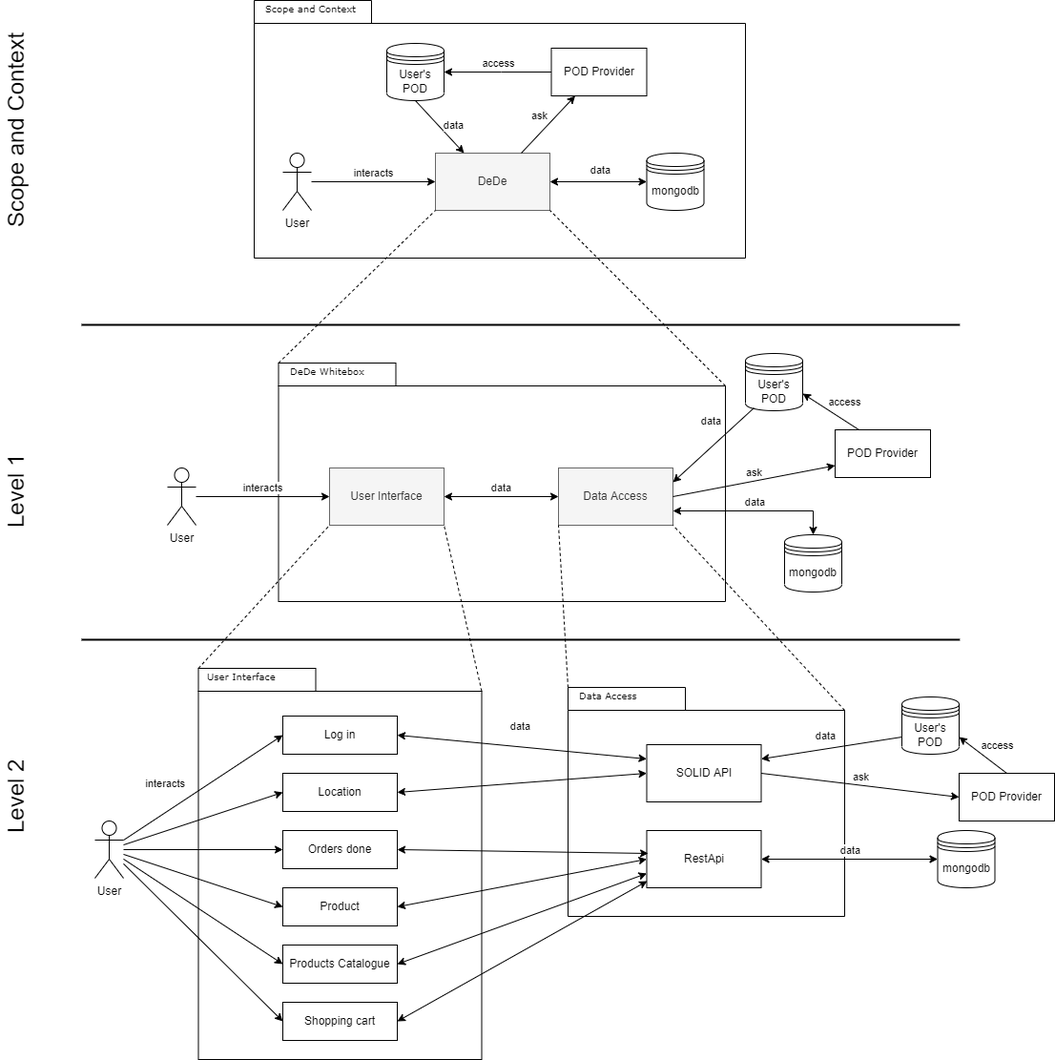
Before: docs/images/05_building_blocks_overview.png, a diagram exported from draw.io (Arquisoft/dede_en3b). Source tidied: cells renumbered, new cells last; positions are measured from the earlier drawing's top-left corner, leaving out a move shared by most shapes.
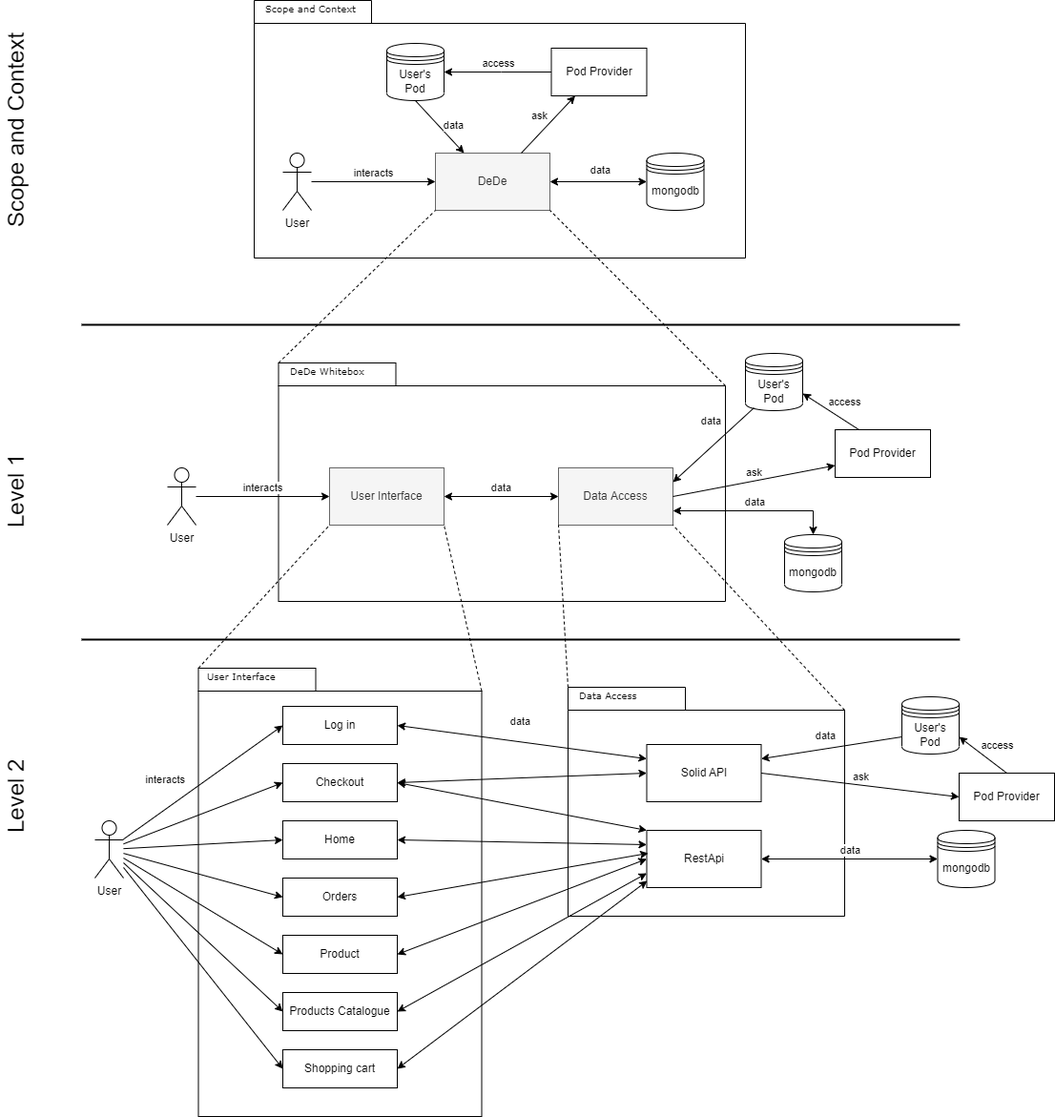
Above is the later version.

The edit, as a diff of the source:
```diff
@@ -3,7 +3,7 @@
     <mxCell id="0" />
     <mxCell id="1" parent="0" />
     <mxCell id="2" style="shape=folder;fontStyle=1;spacingTop=10;tabWidth=123;tabHeight=24;tabPosition=left;html=1;rounded=0;shadow=0;comic=0;labelBackgroundColor=none;strokeColor=#000000;strokeWidth=1;fillColor=#ffffff;fontFamily=Verdana;fontSize=10;fontColor=#000000;align=center;" parent="1" vertex="1">
-      <mxGeometry x="292.5" y="700" width="297" height="410" as="geometry" />
+      <mxGeometry x="292.5" y="700" width="297" height="470" as="geometry" />
     </mxCell>
     <mxCell id="3" style="shape=folder;fontStyle=1;spacingTop=10;tabWidth=123;tabHeight=24;tabPosition=left;html=1;rounded=0;shadow=0;comic=0;labelBackgroundColor=none;strokeColor=#000000;strokeWidth=1;fillColor=#ffffff;fontFamily=Verdana;fontSize=10;fontColor=#000000;align=center;" parent="1" vertex="1">
       <mxGeometry x="376.5" y="380" width="468.5" height="250" as="geometry" />
@@ -14,7 +14,7 @@
     <mxCell id="5" value="User" style="shape=umlActor;verticalLabelPosition=bottom;verticalAlign=top;html=1;outlineConnect=0;" parent="1" vertex="1">
       <mxGeometry x="381" y="160" width="30" height="60" as="geometry" />
     </mxCell>
-    <mxCell id="6" value="User's POD" style="shape=datastore;whiteSpace=wrap;html=1;" parent="1" vertex="1">
+    <mxCell id="6" value="User's Pod" style="shape=datastore;whiteSpace=wrap;html=1;" parent="1" vertex="1">
       <mxGeometry x="490" y="45" width="60" height="60" as="geometry" />
     </mxCell>
     <mxCell id="7" value="mongodb" style="shape=datastore;whiteSpace=wrap;html=1;" parent="1" vertex="1">
@@ -55,7 +55,7 @@
     <mxCell id="18" value="data" style="endArrow=classic;startArrow=classic;html=1;rounded=0;targetPerimeterSpacing=0;exitX=1;exitY=0.5;exitDx=0;exitDy=0;entryX=0;entryY=0.5;entryDx=0;entryDy=0;labelPosition=center;verticalLabelPosition=top;align=center;verticalAlign=bottom;" parent="1" edge="1" source="13" target="14">
       <mxGeometry relative="1" as="geometry" />
     </mxCell>
-    <mxCell id="19" value="User's POD" style="shape=datastore;whiteSpace=wrap;html=1;" parent="1" vertex="1">
+    <mxCell id="19" value="User's Pod" style="shape=datastore;whiteSpace=wrap;html=1;" parent="1" vertex="1">
       <mxGeometry x="866" y="370" width="60" height="60" as="geometry" />
     </mxCell>
     <mxCell id="20" value="mongodb" style="shape=datastore;whiteSpace=wrap;html=1;" parent="1" vertex="1">
@@ -71,7 +71,7 @@
     <mxCell id="22" style="shape=folder;fontStyle=1;spacingTop=10;tabWidth=123;tabHeight=24;tabPosition=left;html=1;rounded=0;shadow=0;comic=0;labelBackgroundColor=none;strokeColor=#000000;strokeWidth=1;fillColor=#ffffff;fontFamily=Verdana;fontSize=10;fontColor=#000000;align=center;" parent="1" vertex="1">
       <mxGeometry x="680" y="720" width="290" height="240" as="geometry" />
     </mxCell>
-    <mxCell id="23" value="SOLID API" style="rounded=0;whiteSpace=wrap;html=1;" parent="1" vertex="1">
+    <mxCell id="23" value="Solid&amp;nbsp;API" style="rounded=0;whiteSpace=wrap;html=1;" parent="1" vertex="1">
       <mxGeometry x="762.5" y="780" width="120" height="60" as="geometry" />
     </mxCell>
     <mxCell id="24" value="RestApi" style="rounded=0;whiteSpace=wrap;html=1;" parent="1" vertex="1">
@@ -83,14 +83,14 @@
     <mxCell id="26" value="data" style="endArrow=classic;startArrow=classic;html=1;rounded=0;targetPerimeterSpacing=0;exitX=1;exitY=0.5;exitDx=0;exitDy=0;entryX=0;entryY=0.5;entryDx=0;entryDy=0;labelPosition=center;verticalLabelPosition=top;align=center;verticalAlign=bottom;" parent="1" edge="1" source="24" target="25">
       <mxGeometry relative="1" as="geometry" />
     </mxCell>
-    <mxCell id="27" value="Orders done" style="rounded=0;whiteSpace=wrap;html=1;" parent="1" vertex="1">
-      <mxGeometry x="381" y="870" width="120" height="40" as="geometry" />
+    <mxCell id="27" value="Orders" style="rounded=0;whiteSpace=wrap;html=1;" parent="1" vertex="1">
+      <mxGeometry x="381" y="920" width="120" height="40" as="geometry" />
     </mxCell>
     <mxCell id="28" value="Products Catalogue" style="rounded=0;whiteSpace=wrap;html=1;" parent="1" vertex="1">
-      <mxGeometry x="381" y="990" width="120" height="40" as="geometry" />
+      <mxGeometry x="381" y="1040" width="120" height="40" as="geometry" />
     </mxCell>
     <mxCell id="29" value="Shopping cart" style="rounded=0;whiteSpace=wrap;html=1;" parent="1" vertex="1">
-      <mxGeometry x="381" y="1050" width="120" height="40" as="geometry" />
+      <mxGeometry x="381" y="1100" width="120" height="40" as="geometry" />
     </mxCell>
     <mxCell id="30" value="User" style="shape=umlActor;verticalLabelPosition=bottom;verticalAlign=top;html=1;outlineConnect=0;" parent="1" vertex="1">
       <mxGeometry x="184" y="860" width="30" height="60" as="geometry" />
@@ -140,7 +140,7 @@
     <mxCell id="43" value="Level 2" style="text;html=1;align=left;verticalAlign=top;spacingTop=-4;fontSize=24;fontFamily=Helvetica;rotation=-90;fontStyle=0;" parent="1" vertex="1">
       <mxGeometry x="60" y="810" width="90" height="40" as="geometry" />
     </mxCell>
-    <mxCell id="44" value="POD Provider" style="rounded=0;whiteSpace=wrap;html=1;" parent="1" vertex="1">
+    <mxCell id="44" value="Pod Provider" style="rounded=0;whiteSpace=wrap;html=1;" parent="1" vertex="1">
       <mxGeometry x="662.5" y="50" width="100" height="50" as="geometry" />
     </mxCell>
     <mxCell id="45" value="data" style="endArrow=classic;html=1;rounded=0;targetPerimeterSpacing=0;entryX=0.25;entryY=0;entryDx=0;entryDy=0;exitX=0.5;exitY=1;exitDx=0;exitDy=0;labelPosition=center;verticalLabelPosition=top;align=center;verticalAlign=bottom;" parent="1" edge="1" source="6" target="8">
@@ -175,7 +175,7 @@
     <mxCell id="52" value="POD Provider" style="rounded=0;whiteSpace=wrap;html=1;" parent="1" vertex="1">
       <mxGeometry x="960" y="450" width="100" height="50" as="geometry" />
     </mxCell>
-    <mxCell id="53" value="POD Provider" style="rounded=0;whiteSpace=wrap;html=1;" parent="1" vertex="1">
+    <mxCell id="53" value="Pod Provider" style="rounded=0;whiteSpace=wrap;html=1;" parent="1" vertex="1">
       <mxGeometry x="960" y="450" width="100" height="50" as="geometry" />
     </mxCell>
     <mxCell id="54" value="data" style="endArrow=classic;html=1;rounded=0;exitX=0;exitY=0.7;exitDx=0;exitDy=0;entryX=1;entryY=0.25;entryDx=0;entryDy=0;labelPosition=center;verticalLabelPosition=top;align=center;verticalAlign=bottom;" parent="1" edge="1" source="56" target="23">
@@ -184,23 +184,23 @@
     <mxCell id="55" value="ask" style="endArrow=classic;html=1;rounded=0;exitX=1;exitY=0.5;exitDx=0;exitDy=0;entryX=0;entryY=0.5;entryDx=0;entryDy=0;labelPosition=center;verticalLabelPosition=top;align=center;verticalAlign=bottom;" parent="1" edge="1" source="23" target="58">
       <mxGeometry relative="1" as="geometry" />
     </mxCell>
-    <mxCell id="56" value="User's POD" style="shape=datastore;whiteSpace=wrap;html=1;" parent="1" vertex="1">
+    <mxCell id="56" value="User's Pod" style="shape=datastore;whiteSpace=wrap;html=1;" parent="1" vertex="1">
       <mxGeometry x="1030" y="730" width="60" height="60" as="geometry" />
     </mxCell>
     <mxCell id="57" value="access" style="endArrow=classic;html=1;rounded=0;exitX=0.5;exitY=0;exitDx=0;exitDy=0;entryX=1;entryY=0.7;entryDx=0;entryDy=0;labelPosition=center;verticalLabelPosition=top;align=center;verticalAlign=bottom;" parent="1" edge="1" source="58" target="56">
       <mxGeometry x="-0.36" y="-10" relative="1" as="geometry" />
     </mxCell>
-    <mxCell id="58" value="POD Provider" style="rounded=0;whiteSpace=wrap;html=1;" parent="1" vertex="1">
+    <mxCell id="58" value="Pod Provider" style="rounded=0;whiteSpace=wrap;html=1;" parent="1" vertex="1">
       <mxGeometry x="1090" y="810" width="100" height="50" as="geometry" />
     </mxCell>
     <mxCell id="59" value="Log in" style="rounded=0;whiteSpace=wrap;html=1;" parent="1" vertex="1">
-      <mxGeometry x="381" y="750" width="120" height="40" as="geometry" />
+      <mxGeometry x="381" y="740" width="120" height="40" as="geometry" />
     </mxCell>
     <mxCell id="60" value="Product" style="rounded=0;whiteSpace=wrap;html=1;" parent="1" vertex="1">
-      <mxGeometry x="381" y="930" width="120" height="40" as="geometry" />
+      <mxGeometry x="381" y="980" width="120" height="40" as="geometry" />
     </mxCell>
-    <mxCell id="61" value="Location" style="rounded=0;whiteSpace=wrap;html=1;" parent="1" vertex="1">
-      <mxGeometry x="381" y="810" width="120" height="40" as="geometry" />
+    <mxCell id="61" value="Checkout" style="rounded=0;whiteSpace=wrap;html=1;" parent="1" vertex="1">
+      <mxGeometry x="381" y="800" width="120" height="40" as="geometry" />
     </mxCell>
     <mxCell id="62" style="endArrow=classic;html=1;rounded=0;exitX=1;exitY=0.5;exitDx=0;exitDy=0;entryX=0;entryY=0.75;entryDx=0;entryDy=0;verticalAlign=bottom;startArrow=classic;targetPerimeterSpacing=0;" parent="1" edge="1" source="28" target="24">
       <mxGeometry relative="1" as="geometry" />
@@ -240,5 +240,17 @@
     <mxCell id="73" style="endArrow=classic;html=1;rounded=0;entryX=0;entryY=0.5;entryDx=0;entryDy=0;labelPosition=left;verticalLabelPosition=top;align=right;verticalAlign=bottom;" parent="1" edge="1" source="30" target="29">
       <mxGeometry relative="1" as="geometry" />
     </mxCell>
+    <mxCell id="74" value="Home" style="rounded=0;whiteSpace=wrap;html=1;" parent="1" vertex="1">
+      <mxGeometry x="381" y="860" width="120" height="40" as="geometry" />
+    </mxCell>
+    <mxCell id="75" style="endArrow=classic;html=1;rounded=0;entryX=0;entryY=0.5;entryDx=0;entryDy=0;labelPosition=left;verticalLabelPosition=top;align=right;verticalAlign=bottom;" parent="1" edge="1" source="30" target="74">
+      <mxGeometry relative="1" as="geometry" />
+    </mxCell>
+    <mxCell id="76" style="endArrow=classic;html=1;rounded=0;exitX=1;exitY=0.5;exitDx=0;exitDy=0;entryX=0;entryY=0.25;entryDx=0;entryDy=0;verticalAlign=bottom;startArrow=classic;targetPerimeterSpacing=0;" parent="1" edge="1" source="74" target="24">
+      <mxGeometry relative="1" as="geometry" />
+    </mxCell>
+    <mxCell id="77" style="endArrow=classic;html=1;rounded=0;exitX=1;exitY=0.5;exitDx=0;exitDy=0;entryX=0;entryY=0;entryDx=0;entryDy=0;verticalAlign=bottom;startArrow=classic;targetPerimeterSpacing=0;" parent="1" edge="1" source="61" target="24">
+      <mxGeometry relative="1" as="geometry" />
+    </mxCell>
   </root>
 </mxGraphModel>
```
